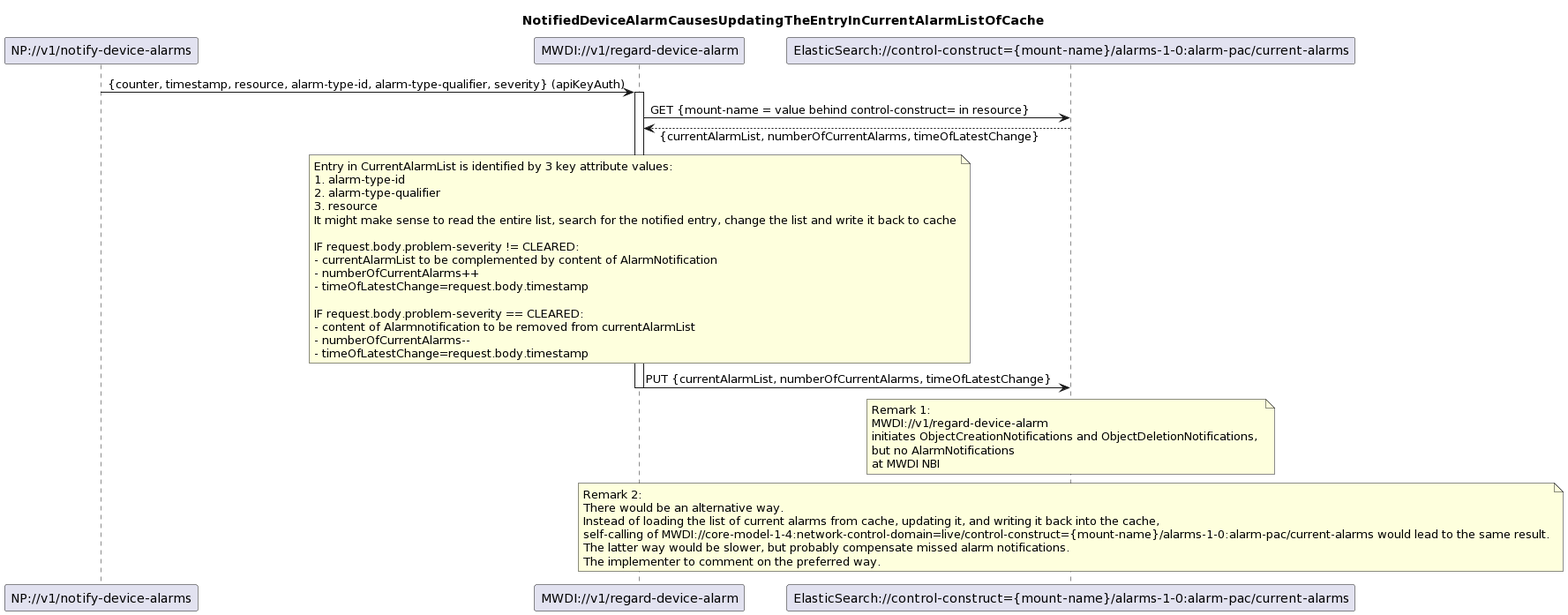
This is spec/diagrams/022_NotificationBasedAlarmListUpdate.png from openBackhaul/MicroWaveDeviceInventory, a PlantUML export, as it was before one commit. Source of this version:
```plantuml
@startuml
skinparam responseMessageBelowArrow true

title NotifiedDeviceAlarmCausesUpdatingTheEntryInCurrentAlarmListOfCache

participant "NP://v1/notify-device-alarms" as subscription
participant "MWDI://v1/regard-device-alarm" as regardAlarm
participant "ElasticSearch://control-construct={mount-name}/alarms-1-0:alarm-pac/current-alarms" as CurrentAlarms

subscription -> regardAlarm: {counter, timestamp, resource, alarm-type-id, alarm-type-qualifier, severity} (apiKeyAuth)
activate regardAlarm

regardAlarm -> CurrentAlarms: GET {mount-name = value behind control-construct= in resource}
CurrentAlarms --> regardAlarm: {currentAlarmList, numberOfCurrentAlarms, timeOfLatestChange}

note over regardAlarm
Entry in CurrentAlarmList is identified by 3 key attribute values:
1. alarm-type-id
2. alarm-type-qualifier
3. resource
It might make sense to read the entire list, search for the notified entry, change the list and write it back to cache

IF request.body.problem-severity != CLEARED:
- currentAlarmList to be complemented by content of AlarmNotification
- numberOfCurrentAlarms++
- timeOfLatestChange=request.body.timestamp

IF request.body.problem-severity == CLEARED:
- content of Alarmnotification to be removed from currentAlarmList
- numberOfCurrentAlarms--
- timeOfLatestChange=request.body.timestamp
end note

regardAlarm -> CurrentAlarms: PUT {currentAlarmList, numberOfCurrentAlarms, timeOfLatestChange}
deactivate regardAlarm

note over CurrentAlarms
Remark 1:
MWDI://v1/regard-device-alarm
initiates ObjectCreationNotifications and ObjectDeletionNotifications,
but no AlarmNotifications
at MWDI NBI
end note

note over CurrentAlarms
Remark 2:
There would be an alternative way.
Instead of loading the list of current alarms from cache, updating it, and writing it back into the cache,
self-calling of MWDI://core-model-1-4:network-control-domain=live/control-construct={mount-name}/alarms-1-0:alarm-pac/current-alarms would lead to the same result.
The latter way would be slower, but probably compensate missed alarm notifications.
The implementer to comment on the preferred way.
end note
@enduml
```
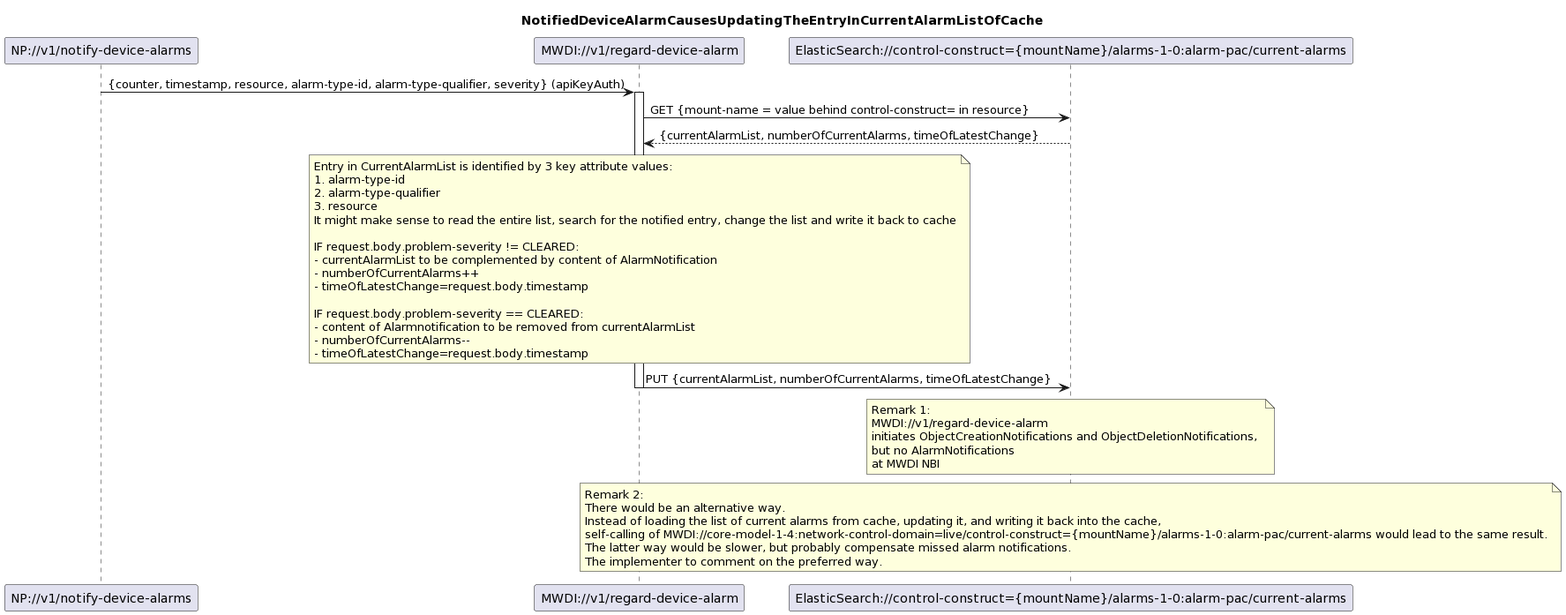
After the commit.

Diff of the diagram source:
```diff
@@ -5,7 +5,7 @@
 
 participant "NP://v1/notify-device-alarms" as subscription
 participant "MWDI://v1/regard-device-alarm" as regardAlarm
-participant "ElasticSearch://control-construct={mount-name}/alarms-1-0:alarm-pac/current-alarms" as CurrentAlarms
+participant "ElasticSearch://control-construct={mountName}/alarms-1-0:alarm-pac/current-alarms" as CurrentAlarms
 
 subscription -> regardAlarm: {counter, timestamp, resource, alarm-type-id, alarm-type-qualifier, severity} (apiKeyAuth)
 activate regardAlarm
@@ -46,7 +46,7 @@
 Remark 2:
 There would be an alternative way.
 Instead of loading the list of current alarms from cache, updating it, and writing it back into the cache,
-self-calling of MWDI://core-model-1-4:network-control-domain=live/control-construct={mount-name}/alarms-1-0:alarm-pac/current-alarms would lead to the same result.
+self-calling of MWDI://core-model-1-4:network-control-domain=live/control-construct={mountName}/alarms-1-0:alarm-pac/current-alarms would lead to the same result.
 The latter way would be slower, but probably compensate missed alarm notifications.
 The implementer to comment on the preferred way.
 end note
```
